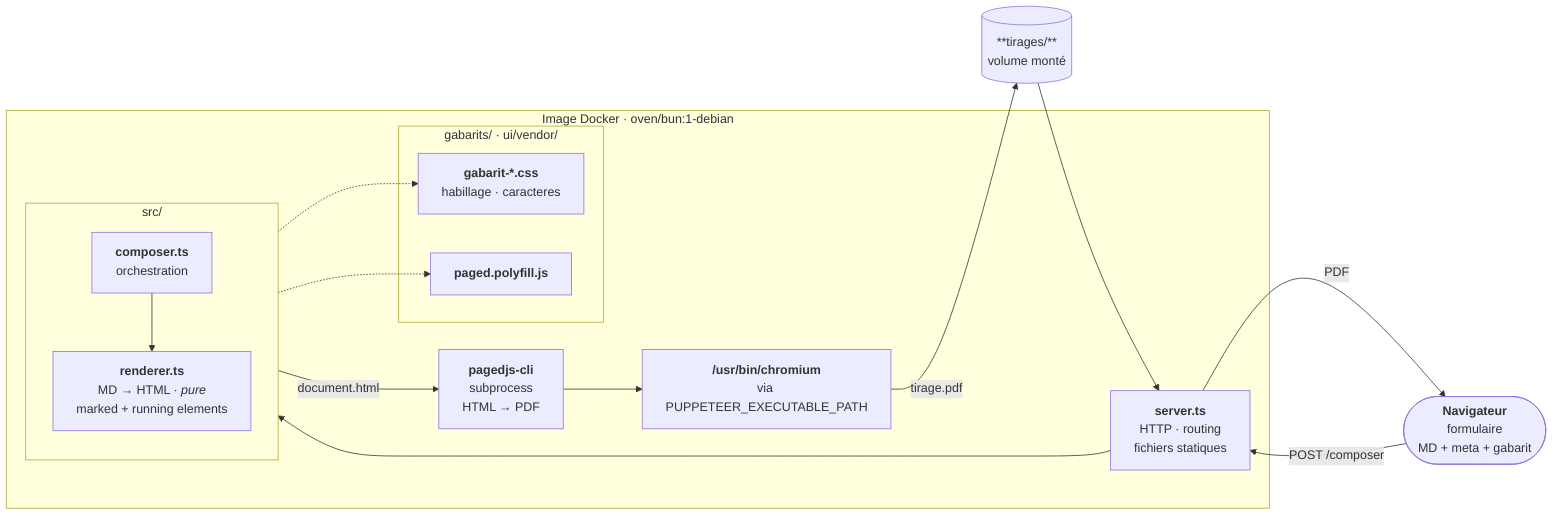
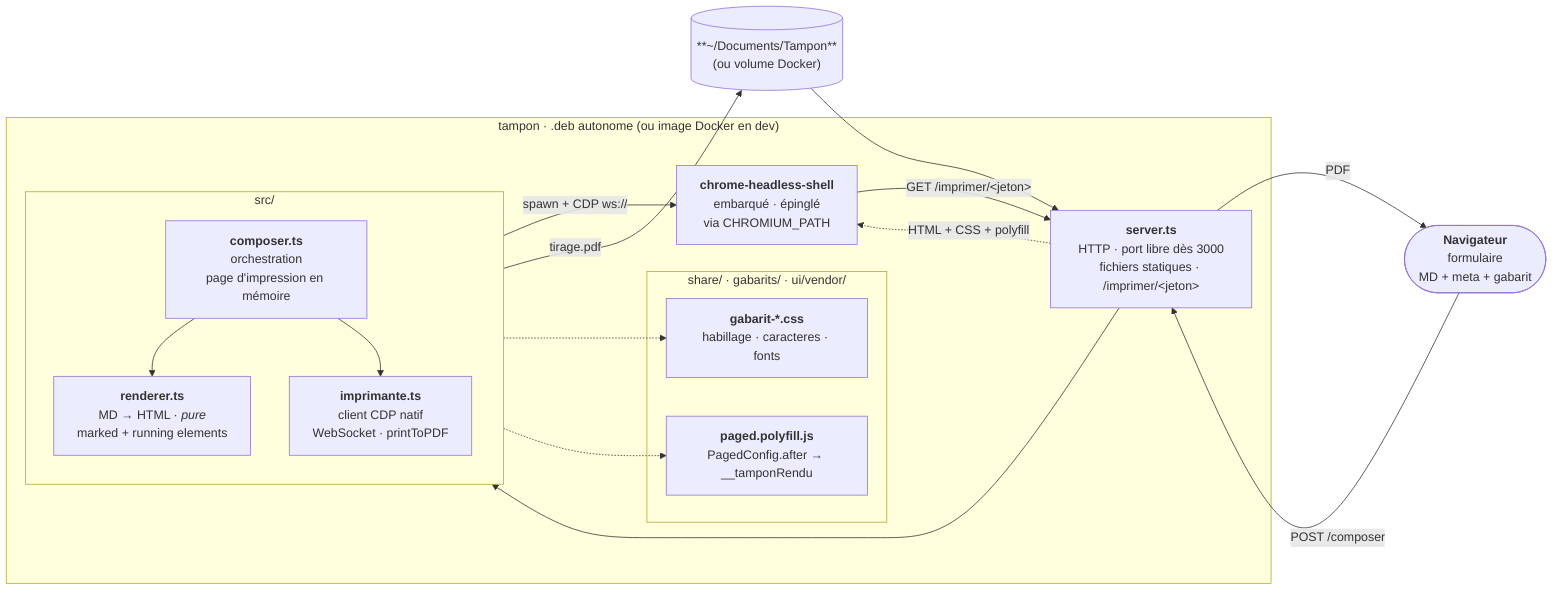
flowchart LR
    USER(["`**Navigateur**
    formulaire
    MD + meta + gabarit`"])

-     subgraph DOCKER["Image Docker · oven/bun:1-debian"]
+     subgraph BUNDLE["tampon · .deb autonome (ou image Docker en dev)"]

        SRV["`**server.ts**
-         HTTP · routing
-         fichiers statiques`"]
+         HTTP · port libre dès 3000
+         fichiers statiques · /imprimer/&lt;jeton&gt;`"]

        subgraph SRC["src/"]
            direction TB
            R["`**renderer.ts**
            MD → HTML · *pure*
            marked + running elements`"]
            C["`**composer.ts**
-             orchestration`"]
+             orchestration
+             page d'impression en mémoire`"]
+             I["`**imprimante.ts**
+             client CDP natif
+             WebSocket · printToPDF`"]
            C --> R
+             C --> I
        end

-         PAGEDJS["`**pagedjs-cli**
-         subprocess
-         HTML → PDF`"]
+         CHROM["`**chrome-headless-shell**
+         embarqué · épinglé
+         via CHROMIUM_PATH`"]

-         CHROM["`**/usr/bin/chromium**
-         via PUPPETEER_EXECUTABLE_PATH`"]
- 
-         subgraph ASSETS["gabarits/ · ui/vendor/"]
+         subgraph ASSETS["share/ · gabarits/ · ui/vendor/"]
            CSS["`**gabarit-*.css**
-             habillage · caracteres`"]
-             POLYFILL["`**paged.polyfill.js**`"]
+             habillage · caracteres · fonts`"]
+             POLYFILL["`**paged.polyfill.js**
+             PagedConfig.after → __tamponRendu`"]
        end

    end

-     TIRAGES[("**tirages/**
-     volume monté")]
+     TIRAGES[("**~/Documents/Tampon**
+     (ou volume Docker)")]

-     USER      -->|"POST /composer"| SRV
-     SRV       --> C
-     C         -->|"document.html"| PAGEDJS
-     PAGEDJS   --> CHROM
-     CHROM     -->|"tirage.pdf"| TIRAGES
-     TIRAGES   --> SRV
-     SRV       -->|"PDF"| USER
+     USER    -->|"POST /composer"| SRV
+     SRV     --> C
+     I       -->|"spawn + CDP ws://"| CHROM
+     CHROM   -->|"GET /imprimer/&lt;jeton&gt;"| SRV
+     SRV     -.->|"HTML + CSS + polyfill"| CHROM
+     I       -->|"tirage.pdf"| TIRAGES
+     TIRAGES --> SRV
+     SRV     -->|"PDF"| USER

-     R         -.-> CSS & POLYFILL
+     R -.-> CSS & POLYFILL
